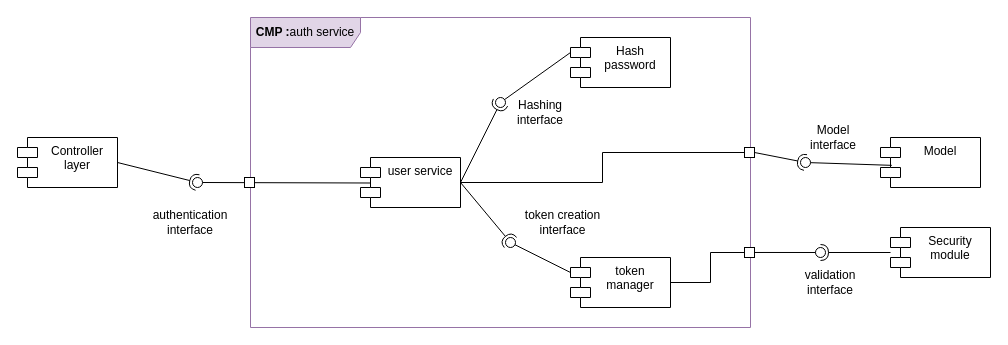
Earlier version of the draw.io diagram page "Auth_detailed_view" (6 of 7) of DD/LaTeXCode/images/drawio/Component_diagram.drawio (jacopobellosi/Bellosi-Montanelli-Tempobono). Source tidied: cells renumbered, new cells numbered last; positions are measured from the earlier drawing's top-left corner, leaving out a move shared by most shapes. Both pictures are drawn from the tidied source at 100%, with x=0, y=0 at pixel (17, 17).
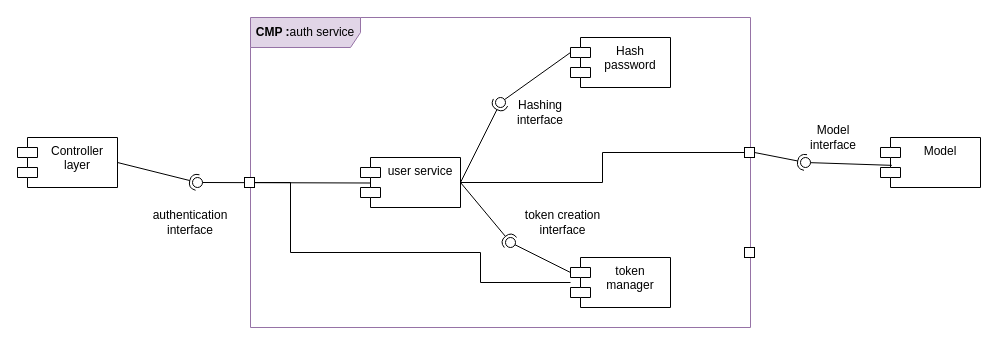
The same page after the edit.

The change refers to these unchanged cells:
```xml
<mxCell id="4" value="&lt;b&gt;CMP :&lt;/b&gt;auth service" style="shape=umlFrame;whiteSpace=wrap;html=1;width=110;height=30;fillColor=#e1d5e7;strokeColor=#9673a6;" parent="1" vertex="1">
  <mxGeometry x="233" width="500" height="310" as="geometry" />
</mxCell>
<mxCell id="9" value="token manager" style="shape=module;align=left;spacingLeft=20;align=center;verticalAlign=top;whiteSpace=wrap;html=1;" parent="1" vertex="1">
  <mxGeometry x="553" y="240" width="100" height="50" as="geometry" />
</mxCell>
<mxCell id="23" style="rounded=0;whiteSpace=wrap;html=1;" parent="1" vertex="1">
  <mxGeometry x="227" y="160" width="10" height="10" as="geometry" />
</mxCell>
<mxCell id="30" style="rounded=0;whiteSpace=wrap;html=1;" parent="1" vertex="1">
  <mxGeometry x="727" y="230" width="10" height="10" as="geometry" />
</mxCell>
```

What changed in the source:
```diff
@@
-    <mxCell id="26" value="Security&lt;br&gt;module" style="shape=module;align=left;spacingLeft=20;align=center;verticalAlign=top;whiteSpace=wrap;html=1;" parent="1" vertex="1">
-      <mxGeometry x="873" y="210" width="100" height="50" as="geometry" />
-    </mxCell>
-    <mxCell id="27" style="rounded=0;jettySize=auto;html=1;endArrow=halfCircle;endFill=0;endSize=6;strokeWidth=1;sketch=0;" parent="1" edge="1" source="26">
-      <mxGeometry relative="1" as="geometry">
-        <mxPoint x="803" y="235" as="targetPoint" />
-      </mxGeometry>
-    </mxCell>
-    <mxCell id="28" style="rounded=0;jettySize=auto;html=1;endArrow=oval;endFill=0;sketch=0;sourcePerimeterSpacing=0;targetPerimeterSpacing=0;endSize=10;exitX=0.999;exitY=0.758;exitDx=0;exitDy=0;exitPerimeter=0;" parent="1" edge="1" source="4">
-      <mxGeometry relative="1" as="geometry">
-        <mxPoint x="803" y="235" as="targetPoint" />
-      </mxGeometry>
-    </mxCell>
-    <mxCell id="29" style="edgeStyle=orthogonalEdgeStyle;rounded=0;jettySize=auto;html=1;exitX=1;exitY=0.5;exitDx=0;exitDy=0;entryX=1;entryY=0.5;entryDx=0;entryDy=0;endArrow=none;endFill=0;" parent="1" edge="1" source="30" target="9">
+    <mxCell id="29" style="edgeStyle=orthogonalEdgeStyle;rounded=0;jettySize=auto;html=1;exitX=1;exitY=0.5;exitDx=0;exitDy=0;endArrow=none;endFill=0;" parent="1" edge="1" source="23" target="9">
       <mxGeometry relative="1" as="geometry">
         <Array as="points">
-          <mxPoint x="693" y="235" />
-          <mxPoint x="693" y="265" />
+          <mxPoint x="273" y="165" />
+          <mxPoint x="273" y="235" />
+          <mxPoint x="463" y="235" />
+          <mxPoint x="463" y="265" />
         </Array>
       </mxGeometry>
     </mxCell>
@@
-    <mxCell id="33" value="validation&lt;br&gt;interface" style="text;html=1;whiteSpace=wrap;strokeColor=none;fillColor=none;align=center;verticalAlign=middle;rounded=0;" parent="1" vertex="1">
-      <mxGeometry x="783" y="250" width="60" height="30" as="geometry" />
-    </mxCell>
```
